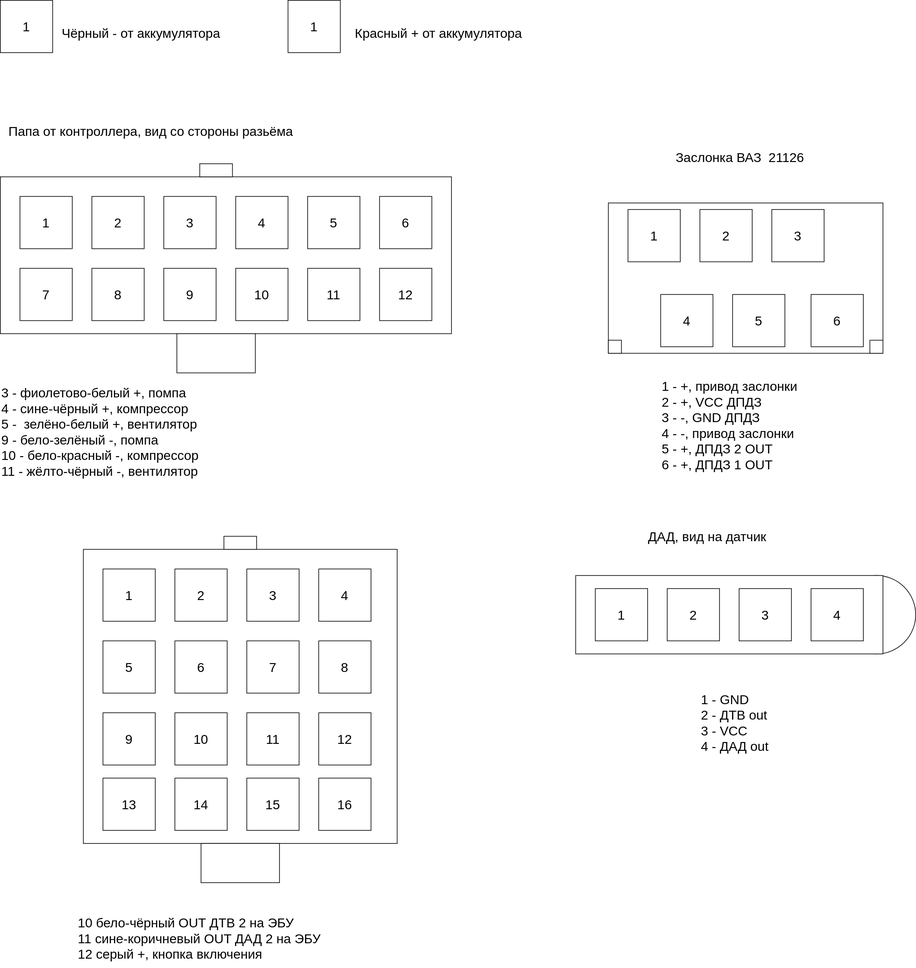
The draw.io diagram connector_scheme.drawio.svg in kak-tus/compressor, before a commit. Source tidied: cells renumbered, new cells last; positions are measured from the earlier drawing's top-left corner, leaving out a move shared by most shapes.
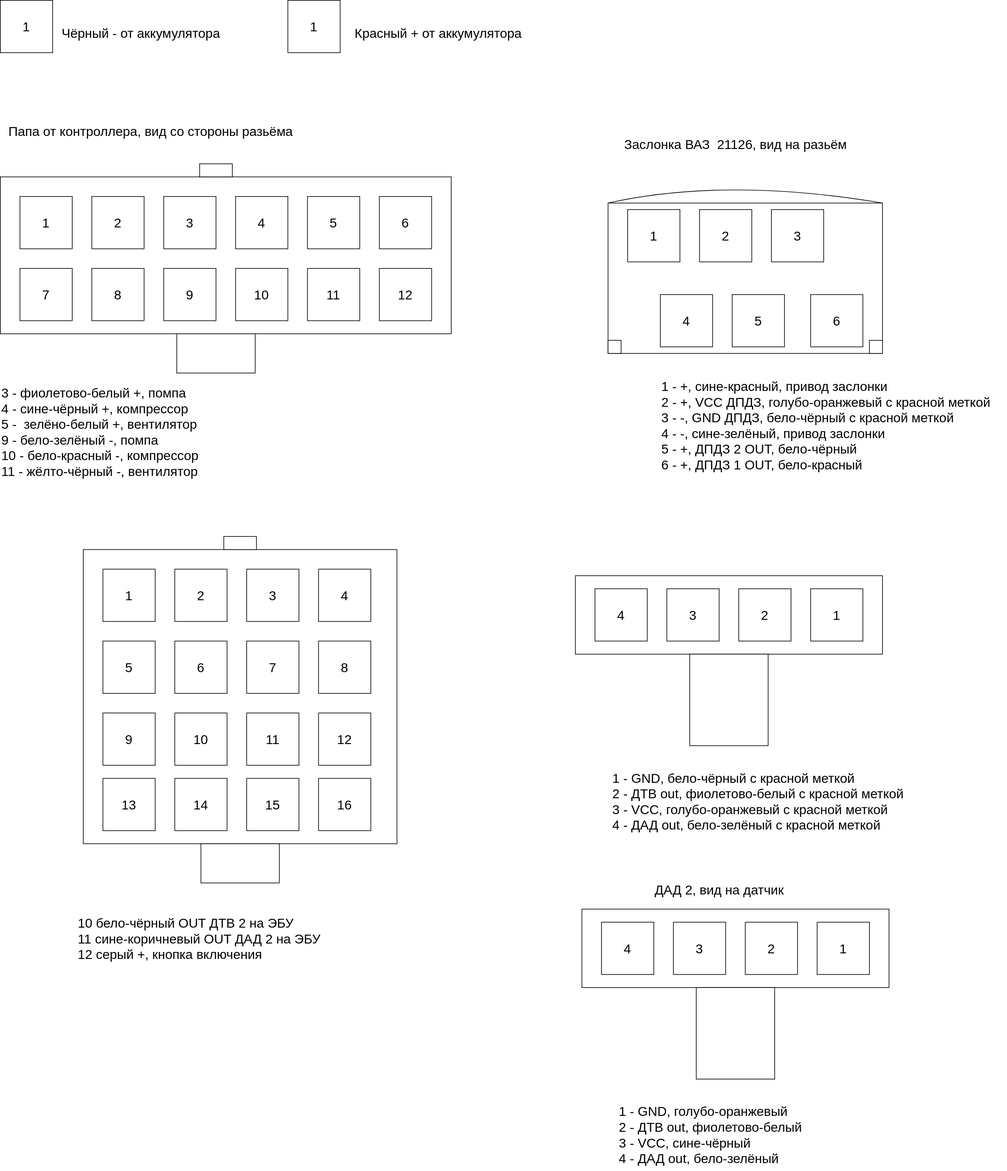
Above is the later version.

Commit message:
Install sensors.

Diff of the diagram source:
```diff
@@ -2,9 +2,13 @@
   <root>
     <mxCell id="0" />
     <mxCell id="1" parent="0" />
-    <mxCell id="2" style="ellipse;whiteSpace=wrap;html=1;" parent="1" vertex="1">
-      <mxGeometry x="1280" y="880" width="120" height="120" as="geometry" />
-    </mxCell>
+    <mxCell id="62" style="edgeStyle=none;html=1;exitX=0;exitY=0;exitDx=0;exitDy=0;endArrow=none;endFill=0;curved=1;entryX=1;entryY=0;entryDx=0;entryDy=0;" parent="1" edge="1" source="3" target="3">
+      <mxGeometry relative="1" as="geometry">
+        <Array as="points">
+          <mxPoint x="1110" y="270" />
+        </Array>
+      </mxGeometry>
+    </mxCell>
     <mxCell id="3" style="rounded=0;whiteSpace=wrap;html=1;" parent="1" vertex="1">
       <mxGeometry x="930" y="310" width="420" height="230" as="geometry" />
     </mxCell>
@@ -149,11 +153,11 @@
     <mxCell id="50" value="6" style="whiteSpace=wrap;html=1;fontSize=20;" parent="1" vertex="1">
       <mxGeometry x="1240" y="450" width="80" height="80" as="geometry" />
     </mxCell>
-    <mxCell id="51" value="1 - +, привод заслонки&lt;br&gt;2 - +, VCC ДПДЗ&lt;br&gt;3 - -, GND ДПДЗ&lt;br&gt;4 - -, привод заслонки&lt;br&gt;5 - +, ДПДЗ 2 OUT&lt;br&gt;6 - +, ДПДЗ 1 OUT" style="text;html=1;align=left;verticalAlign=middle;strokeColor=none;fillColor=none;fontSize=20;" parent="1" vertex="1">
-      <mxGeometry x="1010" y="570" width="230" height="160" as="geometry" />
+    <mxCell id="51" value="1 - +, сине-красный, привод заслонки&lt;br&gt;2 - +, VCC ДПДЗ, голубо-оранжевый с красной меткой&lt;br&gt;3 - -, GND ДПДЗ, бело-чёрный с красной меткой&lt;br&gt;4 - -, сине-зелёный, привод заслонки&lt;br&gt;5 - +, ДПДЗ 2 OUT, бело-чёрный&lt;br&gt;6 - +, ДПДЗ 1 OUT, бело-красный" style="text;html=1;align=left;verticalAlign=middle;strokeColor=none;fillColor=none;fontSize=20;" parent="1" vertex="1">
+      <mxGeometry x="1010" y="570" width="530" height="160" as="geometry" />
     </mxCell>
-    <mxCell id="52" value="&lt;font style=&quot;font-size: 20px;&quot;&gt;Заслонка&amp;nbsp;ВАЗ&amp;nbsp;&amp;nbsp;21126&lt;/font&gt;" style="text;html=1;align=center;verticalAlign=middle;strokeColor=none;fillColor=none;" parent="1" vertex="1">
-      <mxGeometry x="1021" y="220" width="220" height="40" as="geometry" />
+    <mxCell id="52" value="&lt;font style=&quot;font-size: 20px;&quot;&gt;Заслонка&amp;nbsp;ВАЗ&amp;nbsp;&amp;nbsp;21126, вид на разьём&lt;/font&gt;" style="text;html=1;align=center;verticalAlign=middle;strokeColor=none;fillColor=none;" parent="1" vertex="1">
+      <mxGeometry x="945" y="200" width="360" height="40" as="geometry" />
     </mxCell>
     <mxCell id="53" style="whiteSpace=wrap;html=1;fontSize=20;" parent="1" vertex="1">
       <mxGeometry x="1330" y="520" width="20" height="20" as="geometry" />
@@ -164,23 +168,47 @@
     <mxCell id="55" style="rounded=0;whiteSpace=wrap;html=1;" parent="1" vertex="1">
       <mxGeometry x="880" y="880" width="470" height="120" as="geometry" />
     </mxCell>
-    <mxCell id="56" value="4" style="whiteSpace=wrap;html=1;fontSize=20;" parent="1" vertex="1">
+    <mxCell id="56" value="1" style="whiteSpace=wrap;html=1;fontSize=20;" parent="1" vertex="1">
       <mxGeometry x="1240" y="900" width="80" height="80" as="geometry" />
     </mxCell>
-    <mxCell id="57" value="1" style="whiteSpace=wrap;html=1;fontSize=20;" parent="1" vertex="1">
+    <mxCell id="57" value="4" style="whiteSpace=wrap;html=1;fontSize=20;" parent="1" vertex="1">
       <mxGeometry x="910" y="900" width="80" height="80" as="geometry" />
     </mxCell>
-    <mxCell id="58" value="2" style="whiteSpace=wrap;html=1;fontSize=20;" parent="1" vertex="1">
+    <mxCell id="58" value="3" style="whiteSpace=wrap;html=1;fontSize=20;" parent="1" vertex="1">
       <mxGeometry x="1020" y="900" width="80" height="80" as="geometry" />
     </mxCell>
-    <mxCell id="59" value="3" style="whiteSpace=wrap;html=1;fontSize=20;" parent="1" vertex="1">
+    <mxCell id="59" value="2" style="whiteSpace=wrap;html=1;fontSize=20;" parent="1" vertex="1">
       <mxGeometry x="1130" y="900" width="80" height="80" as="geometry" />
     </mxCell>
-    <mxCell id="60" value="1 - GND&lt;br&gt;2 - ДТВ out&lt;br&gt;3 - VCC&lt;br&gt;4 - ДАД out" style="text;html=1;align=left;verticalAlign=middle;strokeColor=none;fillColor=none;fontSize=20;" parent="1" vertex="1">
-      <mxGeometry x="1070" y="1050" width="130" height="110" as="geometry" />
+    <mxCell id="60" value="1 - GND, бело-чёрный с красной меткой&lt;br&gt;2 - ДТВ out, фиолетово-белый с красной меткой&lt;br&gt;3 - VCC, голубо-оранжевый с красной меткой&lt;br&gt;4 - ДАД out, бело-зелёный с красной меткой" style="text;html=1;align=left;verticalAlign=middle;strokeColor=none;fillColor=none;fontSize=20;" parent="1" vertex="1">
+      <mxGeometry x="935" y="1170" width="470" height="110" as="geometry" />
     </mxCell>
-    <mxCell id="61" value="&lt;font style=&quot;font-size: 20px;&quot;&gt;ДАД, вид на датчик&lt;/font&gt;" style="text;html=1;align=center;verticalAlign=middle;strokeColor=none;fillColor=none;" parent="1" vertex="1">
-      <mxGeometry x="981" y="800" width="200" height="40" as="geometry" />
+    <mxCell id="61" value="&lt;font style=&quot;font-size: 20px;&quot;&gt;ДАД 2, вид на датчик&lt;/font&gt;" style="text;html=1;align=center;verticalAlign=middle;strokeColor=none;fillColor=none;" parent="1" vertex="1">
+      <mxGeometry x="990" y="1340" width="220" height="40" as="geometry" />
     </mxCell>
+    <mxCell id="63" style="rounded=0;whiteSpace=wrap;html=1;" parent="1" vertex="1">
+      <mxGeometry x="1055" y="1000" width="120" height="140" as="geometry" />
+    </mxCell>
+    <mxCell id="64" style="rounded=0;whiteSpace=wrap;html=1;" parent="1" vertex="1">
+      <mxGeometry x="890" y="1390" width="470" height="120" as="geometry" />
+    </mxCell>
+    <mxCell id="65" value="1" style="whiteSpace=wrap;html=1;fontSize=20;" parent="1" vertex="1">
+      <mxGeometry x="1250" y="1410" width="80" height="80" as="geometry" />
+    </mxCell>
+    <mxCell id="66" value="4" style="whiteSpace=wrap;html=1;fontSize=20;" parent="1" vertex="1">
+      <mxGeometry x="920" y="1410" width="80" height="80" as="geometry" />
+    </mxCell>
+    <mxCell id="67" value="3" style="whiteSpace=wrap;html=1;fontSize=20;" parent="1" vertex="1">
+      <mxGeometry x="1030" y="1410" width="80" height="80" as="geometry" />
+    </mxCell>
+    <mxCell id="68" value="2" style="whiteSpace=wrap;html=1;fontSize=20;" parent="1" vertex="1">
+      <mxGeometry x="1140" y="1410" width="80" height="80" as="geometry" />
+    </mxCell>
+    <mxCell id="69" value="1 - GND, голубо-оранжевый&lt;br&gt;2 - ДТВ out, фиолетово-белый&lt;br&gt;3 - VCC, сине-чёрный&lt;br&gt;4 - ДАД out, бело-зелёный" style="text;html=1;align=left;verticalAlign=middle;strokeColor=none;fillColor=none;fontSize=20;" parent="1" vertex="1">
+      <mxGeometry x="945" y="1680" width="300" height="110" as="geometry" />
+    </mxCell>
+    <mxCell id="70" style="rounded=0;whiteSpace=wrap;html=1;" parent="1" vertex="1">
+      <mxGeometry x="1065" y="1510" width="120" height="140" as="geometry" />
+    </mxCell>
   </root>
 </mxGraphModel>
```
